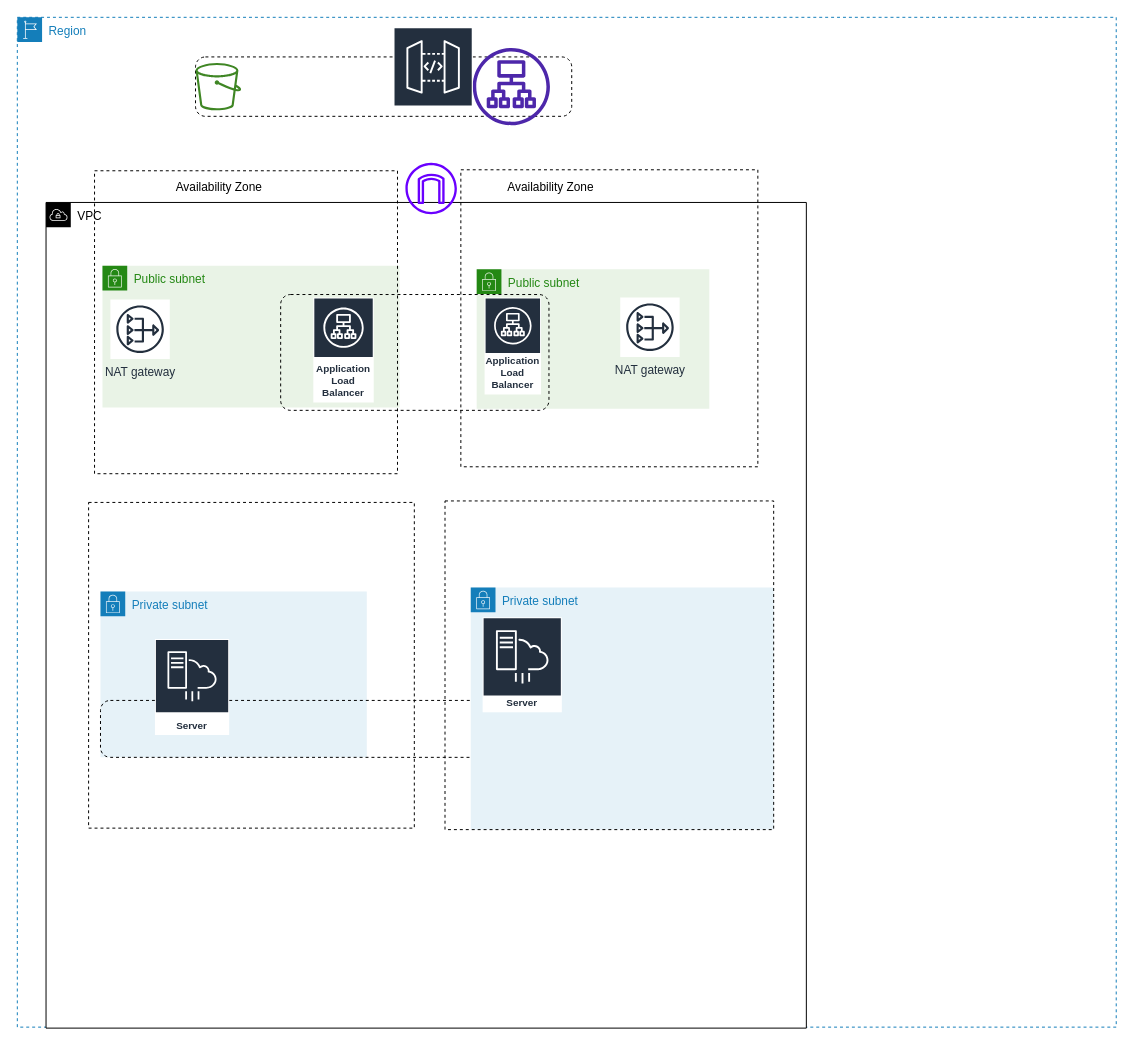
Above: Triad-Six.drawio in Schull-io/Cloud_DevOps_C4 (draw.io), before the change. Source tidied: cells renumbered, new cells numbered last; positions are measured from the earlier drawing's top-left corner, leaving out a move shared by most shapes. Both pictures are drawn from the tidied source at 99%, with x=0, y=0 at pixel (17, 17).
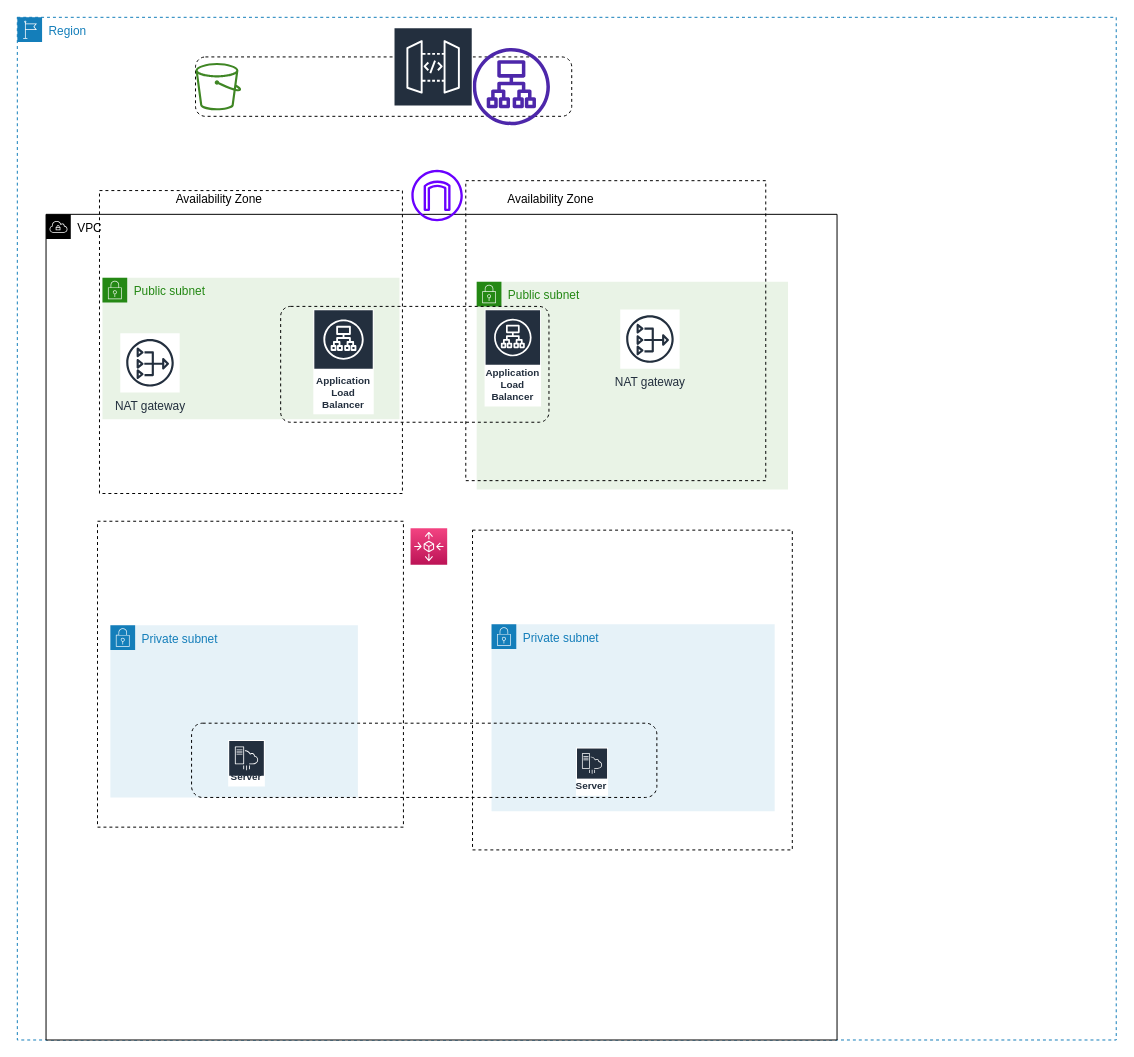
The same diagram, later.

The edit, as a diff of the source:
```diff
@@
     <mxCell id="2" value="Region" style="gradientColor=none;html=1;whiteSpace=wrap;fontSize=12;fontStyle=0;shape=mxgraph.aws4.group;grIcon=mxgraph.aws4.group_region;strokeColor=#147EBA;fillColor=none;verticalAlign=top;align=left;spacingLeft=30;fontColor=#147EBA;dashed=1;" parent="1" vertex="1">
-      <mxGeometry width="1110" height="1020" as="geometry" />
+      <mxGeometry width="1110" height="1033" as="geometry" />
     </mxCell>
-    <mxCell id="3" style="html=1;align=center;verticalAlign=top;rounded=1;absoluteArcSize=1;arcSize=20;dashed=1;whiteSpace=wrap;" parent="2" vertex="1">
-      <mxGeometry x="180" y="40" width="380" height="60" as="geometry" />
-    </mxCell>
-    <mxCell id="4" style="sketch=0;fontColor=#232F3E;gradientColor=none;fillColor=#3F8624;strokeColor=none;dashed=0;verticalLabelPosition=bottom;verticalAlign=top;align=center;html=1;fontSize=12;fontStyle=0;shape=mxgraph.aws4.bucket;" parent="2" vertex="1">
-      <mxGeometry x="180" y="46" width="46.1" height="48" as="geometry" />
-    </mxCell>
-    <mxCell id="5" style="sketch=0;fontColor=#232F3E;gradientColor=none;fillColor=#4D27AA;strokeColor=none;dashed=0;verticalLabelPosition=bottom;verticalAlign=top;align=center;html=1;fontSize=12;fontStyle=0;shape=mxgraph.aws4.application_load_balancer;" parent="2" vertex="1">
-      <mxGeometry x="460" y="31" width="78" height="78" as="geometry" />
-    </mxCell>
     <mxCell id="6" value="VPC" style="html=1;whiteSpace=wrap;fontSize=12;fontStyle=0;shape=mxgraph.aws4.group;grIcon=mxgraph.aws4.group_vpc;verticalAlign=top;align=left;spacingLeft=30;dashed=0;" parent="2" vertex="1">
-      <mxGeometry x="29" y="187" width="768" height="834" as="geometry" />
+      <mxGeometry x="29" y="199" width="799" height="834" as="geometry" />
     </mxCell>
+    <mxCell id="28" style="group;" parent="6" vertex="1">
+      <mxGeometry x="450" y="414" width="286" height="189" as="geometry" />
+    </mxCell>
+    <mxCell id="16" value="Private subnet" style="gradientColor=none;html=1;whiteSpace=wrap;fontSize=12;fontStyle=0;shape=mxgraph.aws4.group;grIcon=mxgraph.aws4.group_security_group;grStroke=0;strokeColor=#147EBA;fillColor=#E6F2F8;verticalAlign=top;align=left;spacingLeft=30;fontColor=#147EBA;dashed=0;fontFamily=Helvetica;" parent="28" vertex="1">
+      <mxGeometry width="286" height="189" as="geometry" />
+    </mxCell>
+    <mxCell id="17" value="Server" style="sketch=0;fontColor=#232F3E;gradientColor=none;strokeColor=#ffffff;fillColor=#232F3E;dashed=0;verticalLabelPosition=middle;verticalAlign=bottom;align=center;html=1;whiteSpace=wrap;fontSize=10;fontStyle=1;spacing=3;shape=mxgraph.aws4.productIcon;prIcon=mxgraph.aws4.server_migration_service;" parent="28" vertex="1">
+      <mxGeometry x="85.3" y="124.6" width="32.4" height="48.8" as="geometry" />
+    </mxCell>
@@
     <mxCell id="11" value="Private subnet" style="gradientColor=none;html=1;whiteSpace=wrap;fontSize=12;fontStyle=0;shape=mxgraph.aws4.group;grIcon=mxgraph.aws4.group_security_group;grStroke=0;strokeColor=#147EBA;fillColor=#E6F2F8;verticalAlign=top;align=left;spacingLeft=30;fontColor=#147EBA;dashed=0;" parent="6" vertex="1">
-      <mxGeometry x="55" y="393" width="269" height="167.5" as="geometry" />
+      <mxGeometry x="65" y="415" width="250" height="174" as="geometry" />
     </mxCell>
@@
     <mxCell id="13" style="whiteSpace=wrap;html=1;dashed=1;fillColor=none;strokeColor=#000000;" parent="11" vertex="1">
-      <mxGeometry x="-12" y="-90" width="329" height="329" as="geometry" />
+      <mxGeometry x="-13" y="-105" width="309" height="309" as="geometry" />
     </mxCell>
-    <mxCell id="14" style="html=1;align=center;verticalAlign=top;rounded=1;absoluteArcSize=1;arcSize=20;dashed=1;whiteSpace=wrap;fillColor=none;" parent="11" vertex="1">
-      <mxGeometry y="110" width="668" height="57.5" as="geometry" />
-    </mxCell>
     <mxCell id="15" value="Server" style="sketch=0;fontColor=#232F3E;gradientColor=none;strokeColor=#ffffff;fillColor=#232F3E;dashed=0;verticalLabelPosition=middle;verticalAlign=bottom;align=center;html=1;whiteSpace=wrap;fontSize=10;fontStyle=1;spacing=3;shape=mxgraph.aws4.productIcon;prIcon=mxgraph.aws4.server_migration_service;" parent="11" vertex="1">
-      <mxGeometry x="55" y="48" width="75" height="97" as="geometry" />
+      <mxGeometry x="119" y="116" width="37" height="47" as="geometry" />
     </mxCell>
-    <mxCell id="16" value="Private subnet" style="gradientColor=none;html=1;whiteSpace=wrap;fontSize=12;fontStyle=0;shape=mxgraph.aws4.group;grIcon=mxgraph.aws4.group_security_group;grStroke=0;strokeColor=#147EBA;fillColor=#E6F2F8;verticalAlign=top;align=left;spacingLeft=30;fontColor=#147EBA;dashed=0;" parent="6" vertex="1">
-      <mxGeometry x="429" y="389" width="306" height="244.5" as="geometry" />
-    </mxCell>
-    <mxCell id="17" value="Server" style="sketch=0;fontColor=#232F3E;gradientColor=none;strokeColor=#ffffff;fillColor=#232F3E;dashed=0;verticalLabelPosition=middle;verticalAlign=bottom;align=center;html=1;whiteSpace=wrap;fontSize=10;fontStyle=1;spacing=3;shape=mxgraph.aws4.productIcon;prIcon=mxgraph.aws4.server_migration_service;" parent="16" vertex="1">
-      <mxGeometry x="12" y="30" width="80" height="96" as="geometry" />
-    </mxCell>
-    <mxCell id="18" style="whiteSpace=wrap;html=1;dashed=1;fillColor=none;" parent="16" vertex="1">
-      <mxGeometry x="-26" y="-87.5" width="332" height="332" as="geometry" />
-    </mxCell>
+    <mxCell id="29" style="rounded=1;whiteSpace=wrap;html=1;dashed=1;fontFamily=Helvetica;fontSize=12;fillColor=none;" parent="11" vertex="1">
+      <mxGeometry x="82" y="99" width="470" height="75" as="geometry" />
+    </mxCell>
     <mxCell id="19" value="Public subnet" style="gradientColor=none;html=1;whiteSpace=wrap;fontSize=12;fontStyle=0;shape=mxgraph.aws4.group;grIcon=mxgraph.aws4.group_security_group;grStroke=0;strokeColor=#248814;fillColor=#E9F3E6;verticalAlign=top;align=left;spacingLeft=30;fontColor=#248814;dashed=0;" parent="6" vertex="1">
-      <mxGeometry x="435" y="67.5" width="235" height="141" as="geometry" />
+      <mxGeometry x="435" y="68" width="314.5" height="210" as="geometry" />
     </mxCell>
@@
+    <mxCell id="26" style="whiteSpace=wrap;html=1;dashed=1;fillColor=none;" parent="6" vertex="1">
+      <mxGeometry x="424" y="-34" width="303" height="303" as="geometry" />
+    </mxCell>
+    <mxCell id="30" style="sketch=0;fontColor=#232F3E;gradientColor=#F34482;gradientDirection=north;fillColor=#BC1356;strokeColor=#ffffff;dashed=0;verticalLabelPosition=bottom;verticalAlign=top;align=center;html=1;fontSize=12;fontStyle=0;shape=mxgraph.aws4.resourceIcon;resIcon=mxgraph.aws4.autoscaling;fontFamily=Helvetica;" parent="6" vertex="1">
+      <mxGeometry x="368.2" y="317" width="37" height="37" as="geometry" />
+    </mxCell>
     <mxCell id="24" style="whiteSpace=wrap;html=1;dashed=1;fillColor=none;" parent="6" vertex="1">
-      <mxGeometry x="49" y="-32" width="306" height="306" as="geometry" />
+      <mxGeometry x="54" y="-24" width="306" height="306" as="geometry" />
     </mxCell>
+    <mxCell id="31" style="whiteSpace=wrap;html=1;dashed=1;fontFamily=Helvetica;fontSize=12;fillColor=none;" parent="6" vertex="1">
+      <mxGeometry x="430.8" y="319" width="323" height="323" as="geometry" />
+    </mxCell>
+    <mxCell id="3" style="html=1;align=center;verticalAlign=top;rounded=1;absoluteArcSize=1;arcSize=20;dashed=1;whiteSpace=wrap;" parent="2" vertex="1">
+      <mxGeometry x="180" y="40" width="380" height="60" as="geometry" />
+    </mxCell>
+    <mxCell id="4" style="sketch=0;fontColor=#232F3E;gradientColor=none;fillColor=#3F8624;strokeColor=none;dashed=0;verticalLabelPosition=bottom;verticalAlign=top;align=center;html=1;fontSize=12;fontStyle=0;shape=mxgraph.aws4.bucket;" parent="2" vertex="1">
+      <mxGeometry x="180" y="46" width="46.1" height="48" as="geometry" />
+    </mxCell>
+    <mxCell id="5" style="sketch=0;fontColor=#232F3E;gradientColor=none;fillColor=#4D27AA;strokeColor=none;dashed=0;verticalLabelPosition=bottom;verticalAlign=top;align=center;html=1;fontSize=12;fontStyle=0;shape=mxgraph.aws4.application_load_balancer;" parent="2" vertex="1">
+      <mxGeometry x="460" y="31" width="78" height="78" as="geometry" />
+    </mxCell>
@@
-    <mxCell id="26" style="whiteSpace=wrap;html=1;dashed=1;fillColor=none;" parent="2" vertex="1">
-      <mxGeometry x="448" y="154" width="300" height="300" as="geometry" />
-    </mxCell>
     <mxCell id="27" style="sketch=0;fontColor=#ffffff;fillColor=#6a00ff;strokeColor=#3700CC;dashed=0;verticalLabelPosition=bottom;verticalAlign=top;align=center;html=1;fontSize=12;fontStyle=0;shape=mxgraph.aws4.internet_gateway;" parent="2" vertex="1">
-      <mxGeometry x="392" y="147" width="52" height="52" as="geometry" />
+      <mxGeometry x="398" y="154" width="52" height="52" as="geometry" />
     </mxCell>
```
